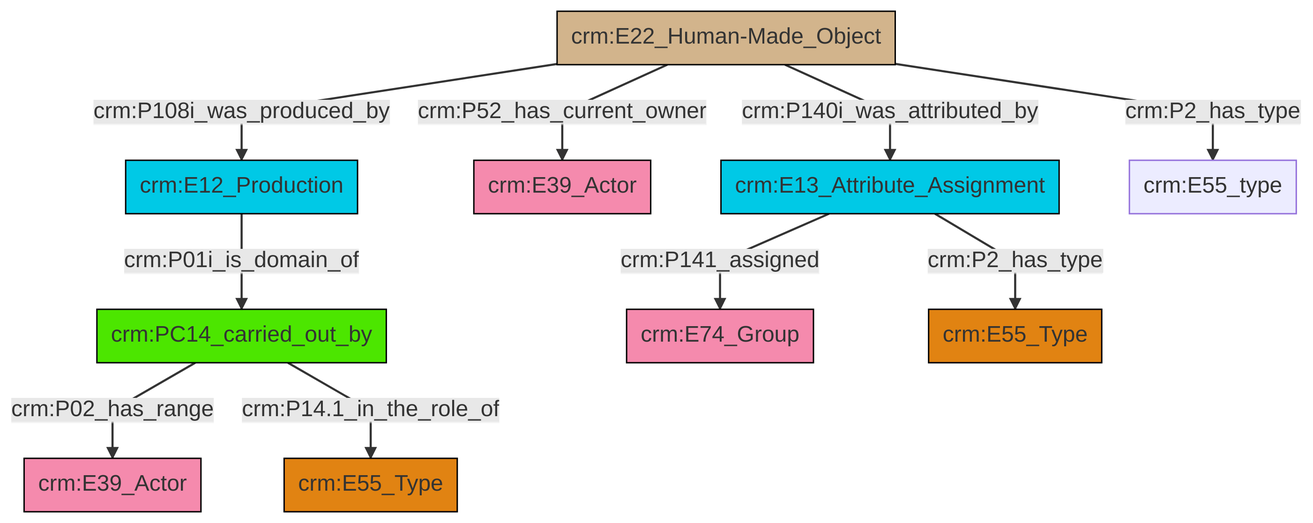
Earlier version of the Mermaid export et/builtWorkCSV/ttl/mmd/png/Built_Work_actor_relations.png (swiss-art-research-net/docs.swissartresearch). Its source is kept beside it as et/builtWorkCSV/ttl/mmd/Built_Work_actor_relations.ttl.mmd.
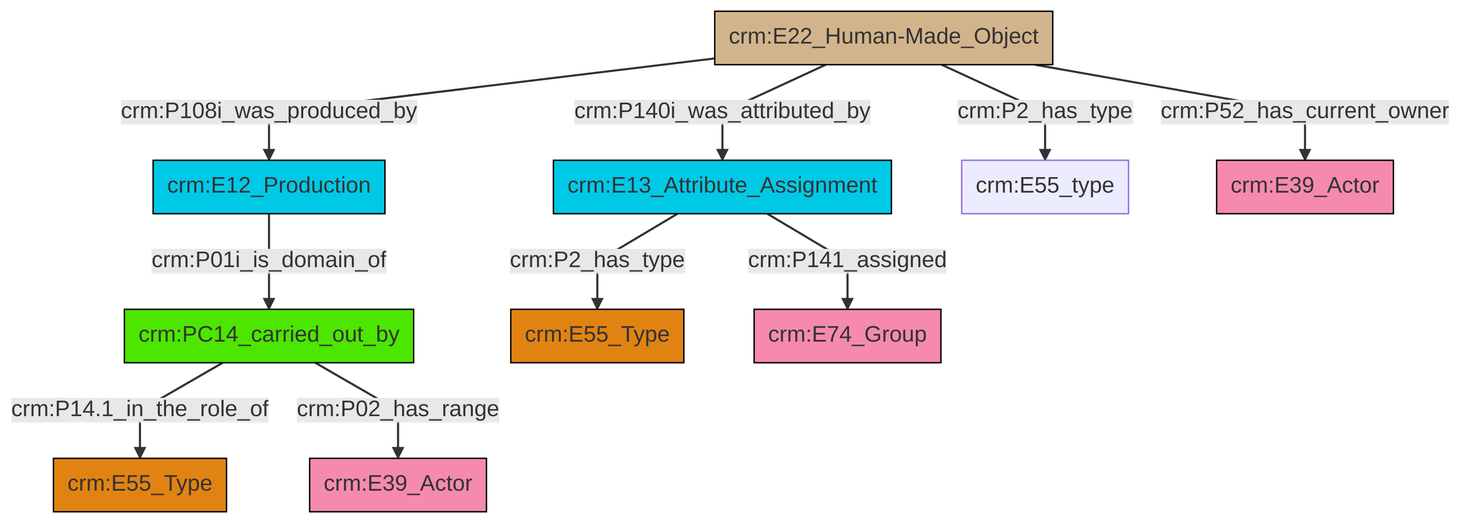
The same file after the commit.

Change to the diagram source:
```diff
@@ -13,12 +13,12 @@
 classDef PC_Classes fill:#4ce600, stroke:#000000;
 classDef Multi fill:#cccccc,stroke:#000000;
 
-0["crm:PC14_carried_out_by"]:::PC_Classes -->|crm:P02_has_range| 1["crm:E39_Actor"]:::Actor
-2["crm:E13_Attribute_Assignment"]:::Temporal_Entity -->|crm:P141_assigned| 3["crm:E74_Group"]:::Actor
-6["crm:E22_Human-Made_Object"]:::Physical_Thing -->|crm:P52_has_current_owner| 7["crm:E39_Actor"]:::Actor
-0["crm:PC14_carried_out_by"]:::PC_Classes -->|crm:P14.1_in_the_role_of| 8["crm:E55_Type"]:::Type
-6["crm:E22_Human-Made_Object"]:::Physical_Thing -->|crm:P140i_was_attributed_by| 2["crm:E13_Attribute_Assignment"]:::Temporal_Entity
-10["crm:E12_Production"]:::Temporal_Entity -->|crm:P01i_is_domain_of| 0["crm:PC14_carried_out_by"]:::PC_Classes
-6["crm:E22_Human-Made_Object"]:::Physical_Thing -->|crm:P2_has_type| 13["crm:E55_type"]:::Default
-6["crm:E22_Human-Made_Object"]:::Physical_Thing -->|crm:P108i_was_produced_by| 10["crm:E12_Production"]:::Temporal_Entity
-2["crm:E13_Attribute_Assignment"]:::Temporal_Entity -->|crm:P2_has_type| 4["crm:E55_Type"]:::Type
+0["crm:E22_Human-Made_Object"]:::Physical_Thing -->|crm:P108i_was_produced_by| 1["crm:E12_Production"]:::Temporal_Entity
+3["crm:PC14_carried_out_by"]:::PC_Classes -->|crm:P14.1_in_the_role_of| 4["crm:E55_Type"]:::Type
+7["crm:E13_Attribute_Assignment"]:::Temporal_Entity -->|crm:P141_assigned| 8["crm:E74_Group"]:::Actor
+1["crm:E12_Production"]:::Temporal_Entity -->|crm:P01i_is_domain_of| 3["crm:PC14_carried_out_by"]:::PC_Classes
+0["crm:E22_Human-Made_Object"]:::Physical_Thing -->|crm:P2_has_type| 9["crm:E55_type"]:::Default
+7["crm:E13_Attribute_Assignment"]:::Temporal_Entity -->|crm:P2_has_type| 5["crm:E55_Type"]:::Type
+0["crm:E22_Human-Made_Object"]:::Physical_Thing -->|crm:P140i_was_attributed_by| 7["crm:E13_Attribute_Assignment"]:::Temporal_Entity
+0["crm:E22_Human-Made_Object"]:::Physical_Thing -->|crm:P52_has_current_owner| 10["crm:E39_Actor"]:::Actor
+3["crm:PC14_carried_out_by"]:::PC_Classes -->|crm:P02_has_range| 14["crm:E39_Actor"]:::Actor
```
